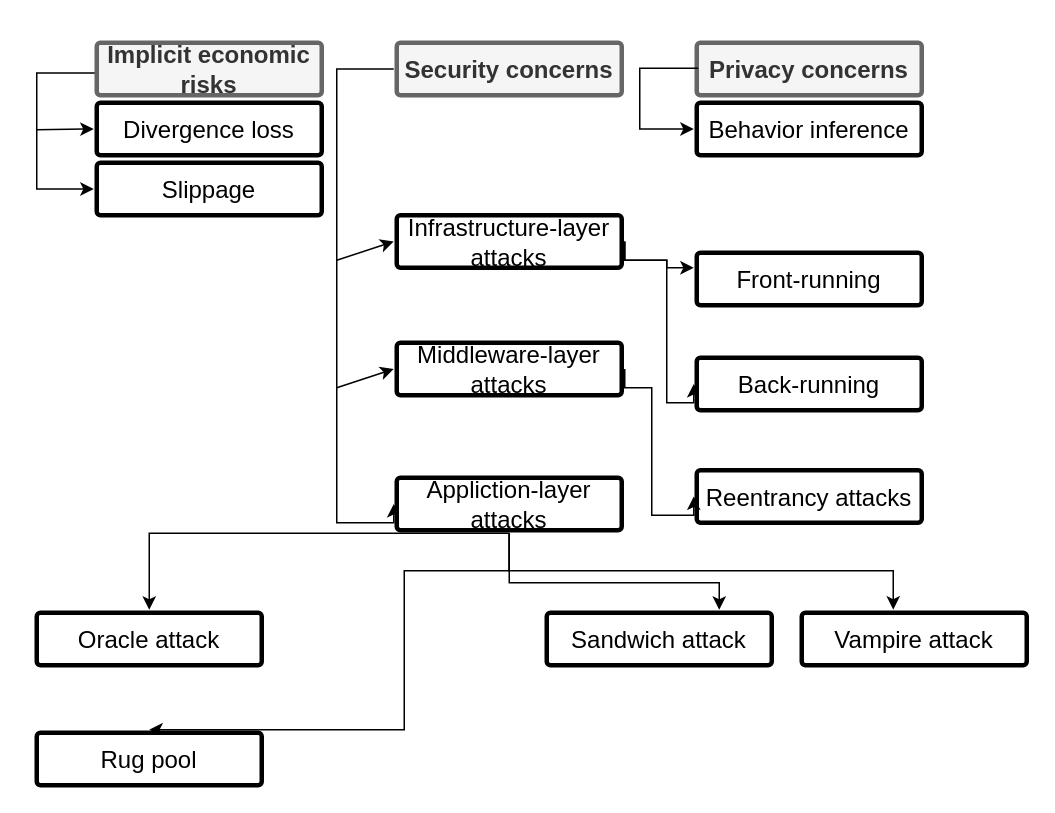
Earlier version of the draw.io diagram page "security" (4 of 5) of assets/amm-pool.drawio (xujiahuayz/bondingcurves). Source tidied: cells renumbered, new cells numbered last; positions are measured from the earlier drawing's top-left corner, leaving out a move shared by most shapes. Both pictures are drawn from the tidied source at 150%, with x=0, y=0 at pixel (36, 42).
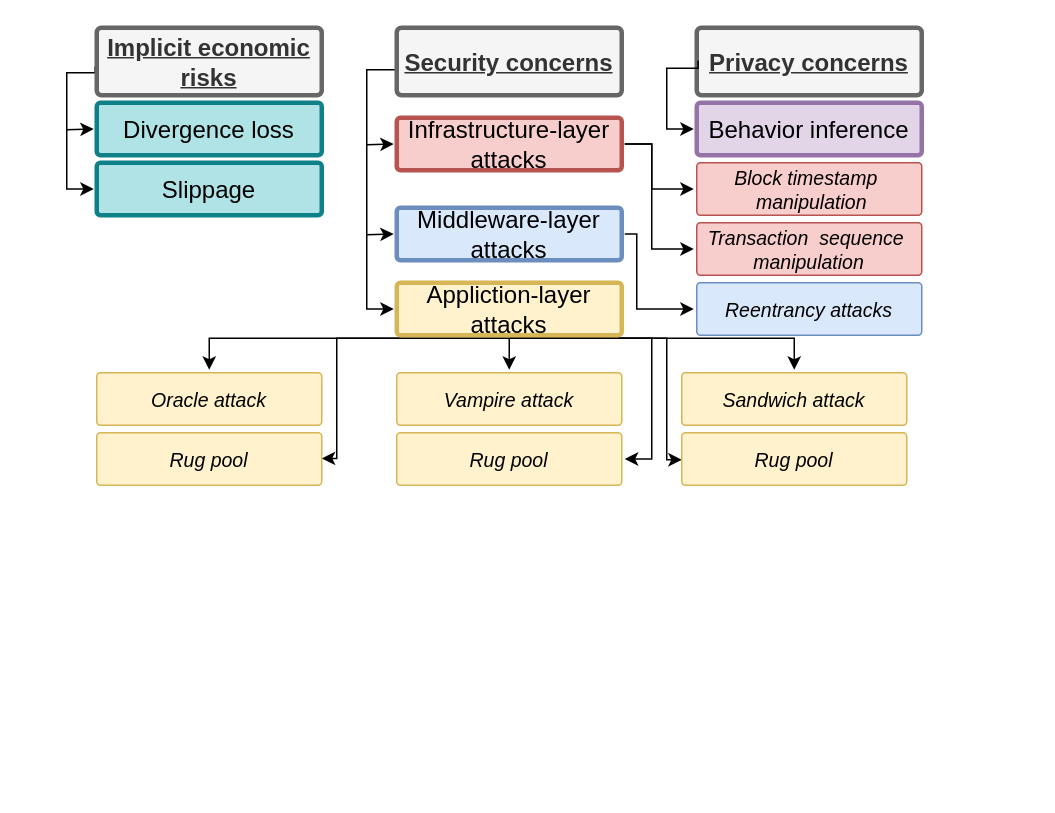
The same page after the edit.

What changed in the source:
```diff
@@
     <mxCell id="2" style="edgeStyle=orthogonalEdgeStyle;rounded=0;jettySize=auto;html=1;entryX=0;entryY=0.5;entryDx=0;entryDy=0;labelBackgroundColor=none;exitX=0.006;exitY=0.567;exitDx=0;exitDy=0;exitPerimeter=0;" parent="1" edge="1" source="3" target="5">
       <mxGeometry relative="1" as="geometry">
         <Array as="points">
-          <mxPoint y="20" />
-          <mxPoint y="98" />
+          <mxPoint x="20" y="20" />
+          <mxPoint x="20" y="98" />
         </Array>
       </mxGeometry>
     </mxCell>
-    <mxCell id="3" value="Implicit economic risks" style="rounded=1;whiteSpace=wrap;html=1;shadow=0;labelBackgroundColor=none;strokeWidth=3;fontFamily=Helvetica;fontSize=16;align=center;spacing=5;fontStyle=1;arcSize=7;perimeterSpacing=2;fillColor=#f5f5f5;strokeColor=#666666;fontColor=#333333;" parent="1" vertex="1">
-      <mxGeometry x="40" width="150" height="35" as="geometry" />
+    <mxCell id="3" value="Implicit economic risks" style="rounded=1;whiteSpace=wrap;html=1;shadow=0;labelBackgroundColor=none;strokeWidth=3;fontFamily=Helvetica;fontSize=16;align=center;spacing=5;fontStyle=5;arcSize=7;perimeterSpacing=2;fillColor=#f5f5f5;strokeColor=#666666;fontColor=#333333;" parent="1" vertex="1">
+      <mxGeometry x="40" y="-10" width="150" height="45" as="geometry" />
     </mxCell>
-    <mxCell id="4" value="Divergence loss" style="rounded=1;whiteSpace=wrap;html=1;shadow=0;labelBackgroundColor=none;strokeWidth=3;fontFamily=Helvetica;fontSize=16;align=center;spacing=5;fontStyle=0;arcSize=7;perimeterSpacing=2;" parent="1" vertex="1">
+    <mxCell id="4" value="Divergence loss" style="rounded=1;whiteSpace=wrap;html=1;shadow=0;labelBackgroundColor=none;strokeWidth=3;fontFamily=Helvetica;fontSize=16;align=center;spacing=5;fontStyle=0;arcSize=7;perimeterSpacing=2;fillColor=#b0e3e6;strokeColor=#0e8088;" parent="1" vertex="1">
       <mxGeometry x="40" y="40" width="150" height="35" as="geometry" />
     </mxCell>
-    <mxCell id="5" value="Slippage" style="rounded=1;whiteSpace=wrap;html=1;shadow=0;labelBackgroundColor=none;strokeWidth=3;fontFamily=Helvetica;fontSize=16;align=center;spacing=5;fontStyle=0;arcSize=7;perimeterSpacing=2;" parent="1" vertex="1">
+    <mxCell id="5" value="Slippage" style="rounded=1;whiteSpace=wrap;html=1;shadow=0;labelBackgroundColor=none;strokeWidth=3;fontFamily=Helvetica;fontSize=16;align=center;spacing=5;fontStyle=0;arcSize=7;perimeterSpacing=2;fillColor=#b0e3e6;strokeColor=#0e8088;" parent="1" vertex="1">
       <mxGeometry x="40" y="80" width="150" height="35" as="geometry" />
     </mxCell>
-    <mxCell id="6" value="Oracle attack" style="rounded=1;whiteSpace=wrap;html=1;shadow=0;labelBackgroundColor=none;strokeWidth=3;fontFamily=Helvetica;fontSize=16;align=center;spacing=5;arcSize=7;perimeterSpacing=2;" parent="1" vertex="1">
-      <mxGeometry y="380" width="150" height="35" as="geometry" />
+    <mxCell id="6" value="Oracle attack" style="rounded=1;whiteSpace=wrap;html=1;shadow=0;labelBackgroundColor=none;strokeWidth=1;fontFamily=Helvetica;fontSize=13;align=center;spacing=5;arcSize=7;perimeterSpacing=2;fillColor=#fff2cc;strokeColor=#d6b656;fontStyle=2;" parent="1" vertex="1">
+      <mxGeometry x="40" y="220" width="150" height="35" as="geometry" />
     </mxCell>
-    <mxCell id="7" value="Reentrancy attacks" style="rounded=1;whiteSpace=wrap;html=1;shadow=0;labelBackgroundColor=none;strokeWidth=3;fontFamily=Helvetica;fontSize=16;align=center;spacing=5;arcSize=7;perimeterSpacing=2;" parent="1" vertex="1">
-      <mxGeometry x="440" y="285" width="150" height="35" as="geometry" />
+    <mxCell id="7" value="Reentrancy attacks" style="rounded=1;whiteSpace=wrap;html=1;shadow=0;labelBackgroundColor=none;strokeWidth=1;fontFamily=Helvetica;fontSize=13;align=center;spacing=5;arcSize=7;perimeterSpacing=2;fillColor=#dae8fc;strokeColor=#6c8ebf;fontStyle=2;" parent="1" vertex="1">
+      <mxGeometry x="440" y="160" width="150" height="35" as="geometry" />
     </mxCell>
-    <mxCell id="8" value="Privacy concerns" style="rounded=1;whiteSpace=wrap;html=1;shadow=0;labelBackgroundColor=none;strokeWidth=3;fontFamily=Helvetica;fontSize=16;align=center;spacing=5;fontStyle=1;arcSize=7;perimeterSpacing=2;fillColor=#f5f5f5;strokeColor=#666666;fontColor=#333333;" parent="1" vertex="1">
-      <mxGeometry x="440" width="150" height="35" as="geometry" />
+    <mxCell id="8" value="Privacy concerns" style="rounded=1;whiteSpace=wrap;html=1;shadow=0;labelBackgroundColor=none;strokeWidth=3;fontFamily=Helvetica;fontSize=16;align=center;spacing=5;fontStyle=5;arcSize=7;perimeterSpacing=2;fillColor=#f5f5f5;strokeColor=#666666;fontColor=#333333;" parent="1" vertex="1">
+      <mxGeometry x="440" y="-10" width="150" height="45" as="geometry" />
     </mxCell>
     <mxCell id="9" style="endArrow=classic;html=1;labelBackgroundColor=none;entryX=0;entryY=0.5;entryDx=0;entryDy=0;" parent="1" edge="1" target="4">
       <mxGeometry relative="1" as="geometry">
-        <mxPoint y="58" as="sourcePoint" />
+        <mxPoint x="20" y="58" as="sourcePoint" />
       </mxGeometry>
     </mxCell>
-    <mxCell id="10" style="edgeStyle=orthogonalEdgeStyle;rounded=0;jettySize=auto;html=1;exitX=0;exitY=0.5;exitDx=0;exitDy=0;entryX=0;entryY=0.5;entryDx=0;entryDy=0;labelBackgroundColor=none;" parent="1" edge="1" source="11" target="20">
+    <mxCell id="10" style="edgeStyle=orthogonalEdgeStyle;rounded=0;jettySize=auto;html=1;exitX=0.011;exitY=0.507;exitDx=0;exitDy=0;entryX=0;entryY=0.5;entryDx=0;entryDy=0;labelBackgroundColor=none;exitPerimeter=0;" parent="1" edge="1" source="11" target="20">
       <mxGeometry relative="1" as="geometry">
         <Array as="points">
-          <mxPoint x="200" y="18" />
-          <mxPoint x="200" y="320" />
-          <mxPoint x="238" y="320" />
+          <mxPoint x="220" y="18" />
+          <mxPoint x="220" y="178" />
+          <mxPoint x="238" y="178" />
         </Array>
       </mxGeometry>
     </mxCell>
-    <mxCell id="11" value="Security concerns" style="rounded=1;whiteSpace=wrap;html=1;shadow=0;labelBackgroundColor=none;strokeWidth=3;fontFamily=Helvetica;fontSize=16;align=center;spacing=5;fontStyle=1;arcSize=7;perimeterSpacing=2;fillColor=#f5f5f5;strokeColor=#666666;fontColor=#333333;" parent="1" vertex="1">
-      <mxGeometry x="240" width="150" height="35" as="geometry" />
+    <mxCell id="11" value="Security concerns" style="rounded=1;whiteSpace=wrap;html=1;shadow=0;labelBackgroundColor=none;strokeWidth=3;fontFamily=Helvetica;fontSize=16;align=center;spacing=5;fontStyle=5;arcSize=7;perimeterSpacing=2;fillColor=#f5f5f5;strokeColor=#666666;fontColor=#333333;" parent="1" vertex="1">
+      <mxGeometry x="240" y="-10" width="150" height="45" as="geometry" />
     </mxCell>
     <mxCell id="12" style="edgeStyle=orthogonalEdgeStyle;rounded=0;jettySize=auto;html=1;exitX=1;exitY=0.5;exitDx=0;exitDy=0;entryX=0;entryY=0.5;entryDx=0;entryDy=0;labelBackgroundColor=none;" parent="1" edge="1" source="27" target="7">
       <mxGeometry relative="1" as="geometry">
         <Array as="points">
-          <mxPoint x="410" y="230" />
-          <mxPoint x="410" y="315" />
+          <mxPoint x="400" y="128" />
+          <mxPoint x="400" y="178" />
         </Array>
       </mxGeometry>
     </mxCell>
-    <mxCell id="13" value="Infrastructure-layer attacks" style="rounded=1;whiteSpace=wrap;html=1;shadow=0;labelBackgroundColor=none;strokeWidth=3;fontFamily=Helvetica;fontSize=16;align=center;spacing=5;fontStyle=0;arcSize=7;perimeterSpacing=2;" parent="1" vertex="1">
-      <mxGeometry x="240" y="115" width="150" height="35" as="geometry" />
+    <mxCell id="13" value="Infrastructure-layer attacks" style="rounded=1;whiteSpace=wrap;html=1;shadow=0;labelBackgroundColor=none;strokeWidth=3;fontFamily=Helvetica;fontSize=16;align=center;spacing=5;fontStyle=0;arcSize=7;perimeterSpacing=2;fillColor=#f8cecc;strokeColor=#b85450;" parent="1" vertex="1">
+      <mxGeometry x="240" y="50" width="150" height="35" as="geometry" />
     </mxCell>
-    <mxCell id="14" style="edgeStyle=orthogonalEdgeStyle;rounded=0;jettySize=auto;html=1;exitX=0.5;exitY=1;exitDx=0;exitDy=0;entryX=0.5;entryY=0;entryDx=0;entryDy=0;labelBackgroundColor=none;" parent="1" edge="1" source="20" target="22">
-      <mxGeometry relative="1" as="geometry">
-        <Array as="points">
-          <mxPoint x="245" y="352" />
-        </Array>
-      </mxGeometry>
-    </mxCell>
     <mxCell id="15" style="edgeStyle=orthogonalEdgeStyle;rounded=0;jettySize=auto;html=1;exitX=0.5;exitY=1;exitDx=0;exitDy=0;entryX=0.5;entryY=0;entryDx=0;entryDy=0;labelBackgroundColor=none;" parent="1" edge="1" source="20" target="6">
-      <mxGeometry relative="1" as="geometry" />
+      <mxGeometry relative="1" as="geometry">
+        <Array as="points">
+          <mxPoint x="115" y="197" />
+        </Array>
+      </mxGeometry>
     </mxCell>
-    <mxCell id="16" style="edgeStyle=orthogonalEdgeStyle;rounded=0;jettySize=auto;html=1;exitX=1;exitY=0.5;exitDx=0;exitDy=0;labelBackgroundColor=none;" parent="1" edge="1" source="13" target="23">
+    <mxCell id="16" style="edgeStyle=orthogonalEdgeStyle;rounded=0;jettySize=auto;html=1;exitX=1;exitY=0.5;exitDx=0;exitDy=0;labelBackgroundColor=none;entryX=0;entryY=0.5;entryDx=0;entryDy=0;" parent="1" edge="1" source="13" target="23">
       <mxGeometry relative="1" as="geometry">
         <Array as="points">
-          <mxPoint x="420" y="145" />
-          <mxPoint x="420" y="150" />
+          <mxPoint x="410" y="68" />
+          <mxPoint x="410" y="98" />
         </Array>
       </mxGeometry>
     </mxCell>
     <mxCell id="17" style="edgeStyle=orthogonalEdgeStyle;rounded=0;jettySize=auto;html=1;exitX=1;exitY=0.5;exitDx=0;exitDy=0;entryX=0;entryY=0.5;entryDx=0;entryDy=0;labelBackgroundColor=none;" parent="1" edge="1" source="13" target="24">
       <mxGeometry relative="1" as="geometry">
         <Array as="points">
-          <mxPoint x="420" y="145" />
-          <mxPoint x="420" y="240" />
+          <mxPoint x="410" y="68" />
+          <mxPoint x="410" y="138" />
         </Array>
       </mxGeometry>
     </mxCell>
-    <mxCell id="18" style="edgeStyle=orthogonalEdgeStyle;rounded=0;jettySize=auto;html=1;exitX=0.5;exitY=1;exitDx=0;exitDy=0;entryX=0.409;entryY=-0.002;entryDx=0;entryDy=0;labelBackgroundColor=none;entryPerimeter=0;" parent="1" edge="1" source="20" target="26">
+    <mxCell id="18" style="edgeStyle=orthogonalEdgeStyle;rounded=0;jettySize=auto;html=1;exitX=0.5;exitY=1;exitDx=0;exitDy=0;entryX=0.5;entryY=0;entryDx=0;entryDy=0;labelBackgroundColor=none;" parent="1" edge="1" source="20" target="26">
       <mxGeometry relative="1" as="geometry">
         <Array as="points">
-          <mxPoint x="571" y="352" />
+          <mxPoint x="315" y="210" />
+          <mxPoint x="315" y="210" />
         </Array>
       </mxGeometry>
     </mxCell>
     <mxCell id="19" style="edgeStyle=orthogonalEdgeStyle;rounded=0;jettySize=auto;html=1;exitX=0.5;exitY=1;exitDx=0;exitDy=0;" parent="1" edge="1" source="20" target="25">
       <mxGeometry relative="1" as="geometry">
         <Array as="points">
-          <mxPoint x="315" y="360" />
-          <mxPoint x="455" y="360" />
+          <mxPoint x="390" y="197" />
+          <mxPoint x="390" y="197" />
         </Array>
       </mxGeometry>
     </mxCell>
+    <mxCell id="14" style="edgeStyle=orthogonalEdgeStyle;rounded=0;jettySize=auto;html=1;exitX=0.5;exitY=1;exitDx=0;exitDy=0;entryX=0.987;entryY=0.49;entryDx=0;entryDy=0;entryPerimeter=0;" parent="1" edge="1" source="20" target="22">
+      <mxGeometry relative="1" as="geometry">
+        <Array as="points">
+          <mxPoint x="200" y="197" />
+          <mxPoint x="200" y="277" />
+        </Array>
+      </mxGeometry>
+    </mxCell>
+    <mxCell id="31" style="edgeStyle=orthogonalEdgeStyle;rounded=0;jettySize=auto;html=1;exitX=0.5;exitY=1;exitDx=0;exitDy=0;entryX=0.013;entryY=0.513;entryDx=0;entryDy=0;entryPerimeter=0;" parent="1" edge="1" source="20" target="34">
+      <mxGeometry relative="1" as="geometry">
+        <Array as="points">
+          <mxPoint x="420" y="197" />
+          <mxPoint x="420" y="278" />
+        </Array>
+      </mxGeometry>
+    </mxCell>
+    <mxCell id="32" style="edgeStyle=orthogonalEdgeStyle;rounded=0;jettySize=auto;html=1;exitX=0.5;exitY=1;exitDx=0;exitDy=0;entryX=1;entryY=0.5;entryDx=0;entryDy=0;" parent="1" edge="1" source="20" target="33">
+      <mxGeometry relative="1" as="geometry">
+        <Array as="points">
+          <mxPoint x="410" y="197" />
+          <mxPoint x="410" y="278" />
+        </Array>
+      </mxGeometry>
+    </mxCell>
-    <mxCell id="20" value="Appliction-layer attacks" style="rounded=1;whiteSpace=wrap;html=1;shadow=0;labelBackgroundColor=none;strokeWidth=3;fontFamily=Helvetica;fontSize=16;align=center;spacing=5;fontStyle=0;arcSize=7;perimeterSpacing=2;" parent="1" vertex="1">
-      <mxGeometry x="240" y="290" width="150" height="35" as="geometry" />
+    <mxCell id="20" value="Appliction-layer attacks" style="rounded=1;whiteSpace=wrap;html=1;shadow=0;labelBackgroundColor=none;strokeWidth=3;fontFamily=Helvetica;fontSize=16;align=center;spacing=5;fontStyle=0;arcSize=7;perimeterSpacing=2;fillColor=#fff2cc;strokeColor=#d6b656;" parent="1" vertex="1">
+      <mxGeometry x="240" y="160" width="150" height="35" as="geometry" />
     </mxCell>
     <mxCell id="21" style="endArrow=classic;html=1;labelBackgroundColor=none;entryX=0;entryY=0.5;entryDx=0;entryDy=0;" parent="1" edge="1" target="13">
       <mxGeometry relative="1" as="geometry">
-        <mxPoint x="200" y="145" as="sourcePoint" />
+        <mxPoint x="220" y="68" as="sourcePoint" />
       </mxGeometry>
     </mxCell>
-    <mxCell id="22" value="Rug pool" style="rounded=1;whiteSpace=wrap;html=1;shadow=0;labelBackgroundColor=none;strokeWidth=3;fontFamily=Helvetica;fontSize=16;align=center;spacing=5;arcSize=7;perimeterSpacing=2;" parent="1" vertex="1">
-      <mxGeometry y="460" width="150" height="35" as="geometry" />
+    <mxCell id="22" value="Rug pool" style="rounded=1;whiteSpace=wrap;html=1;shadow=0;labelBackgroundColor=none;strokeWidth=1;fontFamily=Helvetica;fontSize=13;align=center;spacing=5;arcSize=7;perimeterSpacing=2;fillColor=#fff2cc;strokeColor=#d6b656;fontStyle=2;" parent="1" vertex="1">
+      <mxGeometry x="40" y="260" width="150" height="35" as="geometry" />
     </mxCell>
-    <mxCell id="23" value="Front-running" style="rounded=1;whiteSpace=wrap;html=1;shadow=0;labelBackgroundColor=none;strokeWidth=3;fontFamily=Helvetica;fontSize=16;align=center;spacing=5;arcSize=7;perimeterSpacing=2;" parent="1" vertex="1">
-      <mxGeometry x="440" y="140" width="150" height="35" as="geometry" />
+    <mxCell id="23" value="Block timestamp&amp;nbsp; &amp;nbsp;manipulation" style="rounded=1;whiteSpace=wrap;html=1;shadow=0;labelBackgroundColor=none;strokeWidth=1;fontFamily=Helvetica;fontSize=13;align=center;spacing=5;arcSize=7;perimeterSpacing=2;fillColor=#f8cecc;strokeColor=#b85450;fontStyle=2;" parent="1" vertex="1">
+      <mxGeometry x="440" y="80" width="150" height="35" as="geometry" />
     </mxCell>
-    <mxCell id="24" value="Back-running" style="rounded=1;whiteSpace=wrap;html=1;shadow=0;labelBackgroundColor=none;strokeWidth=3;fontFamily=Helvetica;fontSize=16;align=center;spacing=5;arcSize=7;perimeterSpacing=2;" parent="1" vertex="1">
-      <mxGeometry x="440" y="210" width="150" height="35" as="geometry" />
+    <mxCell id="24" value="Transaction&amp;nbsp; sequence&amp;nbsp; manipulation" style="rounded=1;whiteSpace=wrap;html=1;shadow=0;labelBackgroundColor=none;strokeWidth=1;fontFamily=Helvetica;fontSize=13;align=center;spacing=5;arcSize=7;perimeterSpacing=2;fillColor=#f8cecc;strokeColor=#b85450;fontStyle=2;" parent="1" vertex="1">
+      <mxGeometry x="440" y="120" width="150" height="35" as="geometry" />
     </mxCell>
-    <mxCell id="25" value="Sandwich attack" style="rounded=1;whiteSpace=wrap;html=1;shadow=0;labelBackgroundColor=none;strokeWidth=3;fontFamily=Helvetica;fontSize=16;align=center;spacing=5;arcSize=7;perimeterSpacing=2;" parent="1" vertex="1">
-      <mxGeometry x="340" y="380" width="150" height="35" as="geometry" />
+    <mxCell id="25" value="Sandwich attack" style="rounded=1;whiteSpace=wrap;html=1;shadow=0;labelBackgroundColor=none;strokeWidth=1;fontFamily=Helvetica;fontSize=13;align=center;spacing=5;arcSize=7;perimeterSpacing=2;fillColor=#fff2cc;strokeColor=#d6b656;fontStyle=2;" parent="1" vertex="1">
+      <mxGeometry x="430" y="220" width="150" height="35" as="geometry" />
     </mxCell>
-    <mxCell id="26" value="Vampire attack" style="rounded=1;whiteSpace=wrap;html=1;shadow=0;labelBackgroundColor=none;strokeWidth=3;fontFamily=Helvetica;fontSize=16;align=center;spacing=5;arcSize=7;perimeterSpacing=2;" parent="1" vertex="1">
-      <mxGeometry x="510" y="380" width="150" height="35" as="geometry" />
+    <mxCell id="26" value="Vampire attack" style="rounded=1;whiteSpace=wrap;html=1;shadow=0;labelBackgroundColor=none;strokeWidth=1;fontFamily=Helvetica;fontSize=13;align=center;spacing=5;arcSize=7;perimeterSpacing=2;fillColor=#fff2cc;strokeColor=#d6b656;fontStyle=2;" parent="1" vertex="1">
+      <mxGeometry x="240" y="220" width="150" height="35" as="geometry" />
     </mxCell>
-    <mxCell id="27" value="Middleware-layer attacks" style="rounded=1;whiteSpace=wrap;html=1;shadow=0;labelBackgroundColor=none;strokeWidth=3;fontFamily=Helvetica;fontSize=16;align=center;spacing=5;fontStyle=0;arcSize=7;perimeterSpacing=2;" parent="1" vertex="1">
-      <mxGeometry x="240" y="200" width="150" height="35" as="geometry" />
+    <mxCell id="27" value="Middleware-layer attacks" style="rounded=1;whiteSpace=wrap;html=1;shadow=0;labelBackgroundColor=none;strokeWidth=3;fontFamily=Helvetica;fontSize=16;align=center;spacing=5;fontStyle=0;arcSize=7;perimeterSpacing=2;fillColor=#dae8fc;strokeColor=#6c8ebf;" parent="1" vertex="1">
+      <mxGeometry x="240" y="110" width="150" height="35" as="geometry" />
     </mxCell>
     <mxCell id="28" style="endArrow=classic;html=1;labelBackgroundColor=none;entryX=0;entryY=0.5;entryDx=0;entryDy=0;" parent="1" edge="1" target="27">
       <mxGeometry relative="1" as="geometry">
-        <mxPoint x="200" y="230" as="sourcePoint" />
+        <mxPoint x="220" y="128" as="sourcePoint" />
       </mxGeometry>
     </mxCell>
-    <mxCell id="29" value="Behavior inference" style="rounded=1;whiteSpace=wrap;html=1;shadow=0;labelBackgroundColor=none;strokeWidth=3;fontFamily=Helvetica;fontSize=16;align=center;spacing=5;arcSize=7;perimeterSpacing=2;" parent="1" vertex="1">
+    <mxCell id="29" value="Behavior inference" style="rounded=1;whiteSpace=wrap;html=1;shadow=0;labelBackgroundColor=none;strokeWidth=3;fontFamily=Helvetica;fontSize=16;align=center;spacing=5;arcSize=7;perimeterSpacing=2;fillColor=#e1d5e7;strokeColor=#9673a6;" parent="1" vertex="1">
       <mxGeometry x="440" y="40" width="150" height="35" as="geometry" />
     </mxCell>
     <mxCell id="30" style="edgeStyle=orthogonalEdgeStyle;rounded=0;jettySize=auto;html=1;exitX=0.019;exitY=0.488;exitDx=0;exitDy=0;labelBackgroundColor=none;exitPerimeter=0;entryX=0;entryY=0.5;entryDx=0;entryDy=0;" parent="1" edge="1" source="8" target="29">
       <mxGeometry relative="1" as="geometry">
         <Array as="points">
-          <mxPoint x="402" y="17" />
-          <mxPoint x="402" y="58" />
+          <mxPoint x="420" y="17" />
+          <mxPoint x="420" y="58" />
         </Array>
       </mxGeometry>
     </mxCell>
+    <mxCell id="33" value="Rug pool" style="rounded=1;whiteSpace=wrap;html=1;shadow=0;labelBackgroundColor=none;strokeWidth=1;fontFamily=Helvetica;fontSize=13;align=center;spacing=5;arcSize=7;perimeterSpacing=2;fillColor=#fff2cc;strokeColor=#d6b656;fontStyle=2;" parent="1" vertex="1">
+      <mxGeometry x="240" y="260" width="150" height="35" as="geometry" />
+    </mxCell>
+    <mxCell id="34" value="Rug pool" style="rounded=1;whiteSpace=wrap;html=1;shadow=0;labelBackgroundColor=none;strokeWidth=1;fontFamily=Helvetica;fontSize=13;align=center;spacing=5;arcSize=7;perimeterSpacing=2;fillColor=#fff2cc;strokeColor=#d6b656;fontStyle=2;" parent="1" vertex="1">
+      <mxGeometry x="430" y="260" width="150" height="35" as="geometry" />
+    </mxCell>
```
